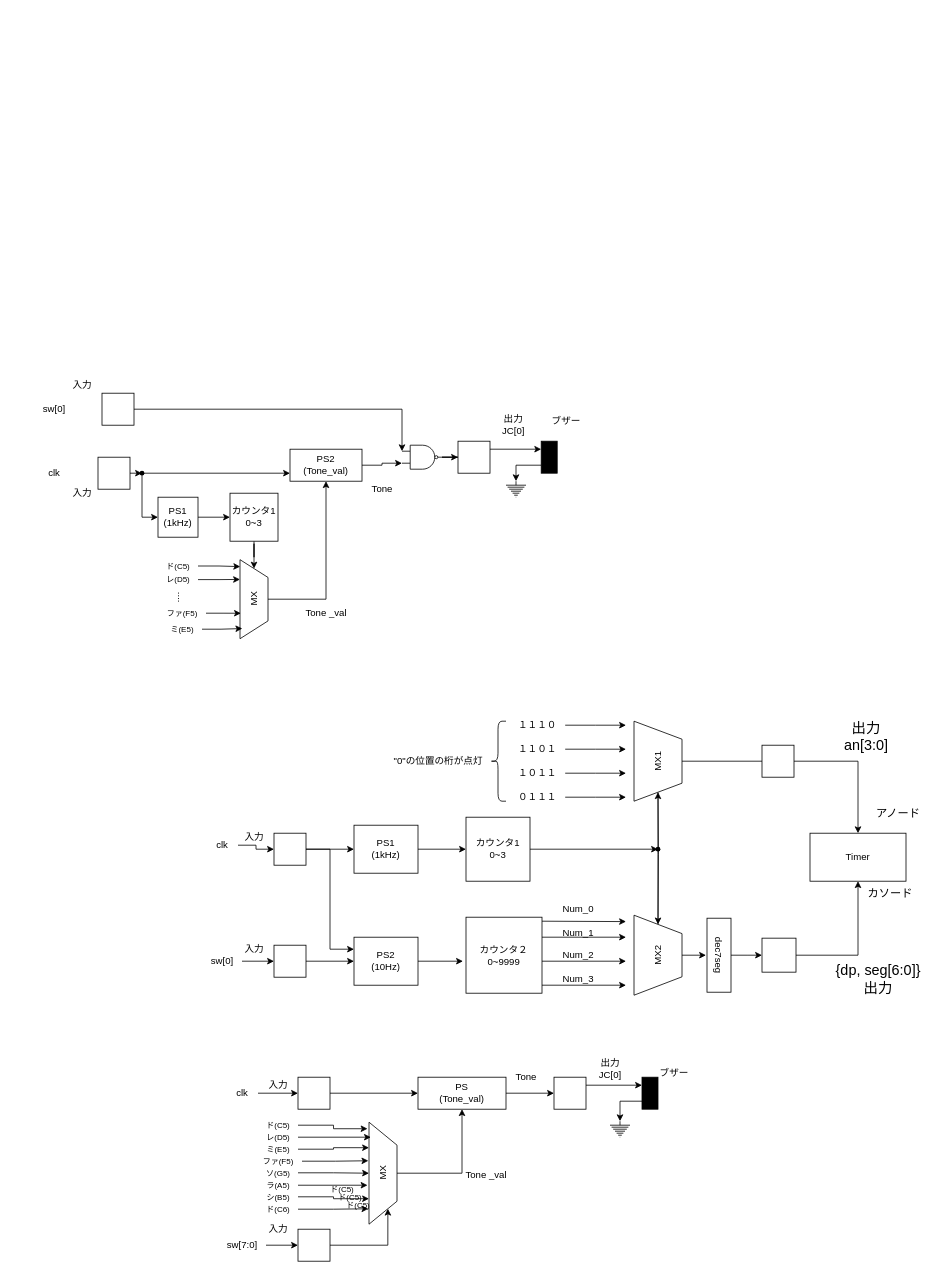
The draw.io diagram thame4.drawio in kami5kaze/-kotani, before the edit. Source tidied: cells renumbered, new cells numbered last; positions are measured from the earlier drawing's top-left corner, leaving out a move shared by most shapes. Both pictures are drawn from the tidied source at 80%, with x=0, y=0 at pixel (34, 373).
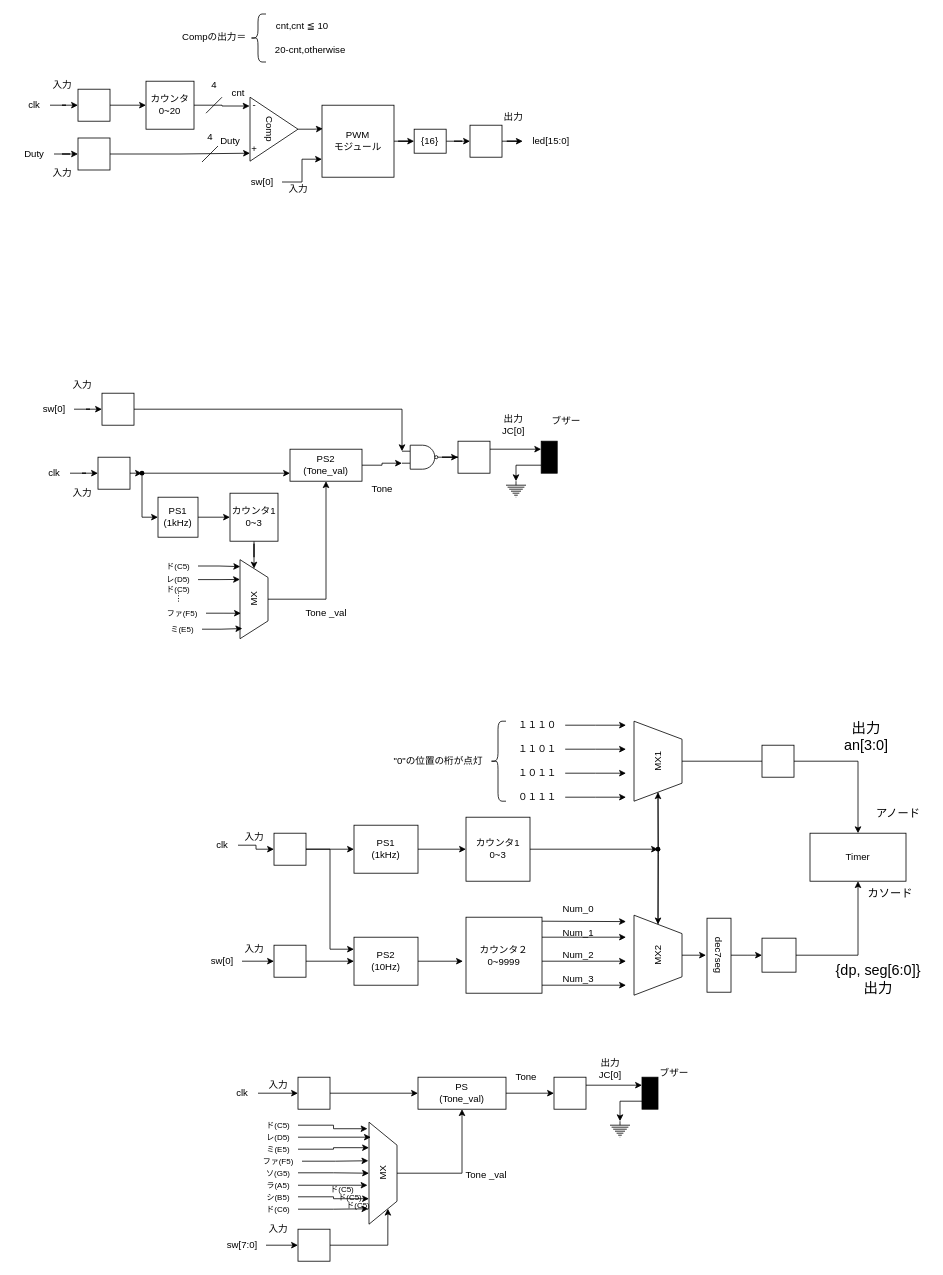
The same page after the edit.

Commit message:
thame4.drawio を更新します

Unchanged cells that the change refers to:
```xml
<mxCell id="101" value="clk" style="text;html=1;align=center;verticalAlign=middle;points=[];strokeColor=none;fillColor=none;" parent="1" vertex="1">
  <mxGeometry x="5" y="110" width="40" height="30" as="geometry" />
</mxCell>
<mxCell id="102" style="whiteSpace=wrap;html=1;" parent="1" vertex="1">
  <mxGeometry x="85" y="25" width="40" height="40" as="geometry" />
</mxCell>
<mxCell id="106" value="sw[0]" style="text;html=1;align=center;verticalAlign=middle;points=[];strokeColor=none;fillColor=none;" parent="1" vertex="1">
  <mxGeometry y="30" width="50" height="30" as="geometry" />
</mxCell>
<mxCell id="120" style="whiteSpace=wrap;html=1;" parent="1" vertex="1">
  <mxGeometry x="80" y="105" width="40" height="40" as="geometry" />
</mxCell>
```

Change to the diagram source:
```diff
@@
+    <mxCell id="137" style="edgeStyle=orthogonalEdgeStyle;rounded=0;jettySize=auto;html=1;" parent="1" edge="1" source="101" target="120">
+      <mxGeometry relative="1" as="geometry" />
+    </mxCell>
@@
+    <mxCell id="138" style="edgeStyle=orthogonalEdgeStyle;rounded=0;jettySize=auto;html=1;entryX=0;entryY=0.5;entryDx=0;entryDy=0;" parent="1" edge="1" source="106" target="102">
+      <mxGeometry relative="1" as="geometry" />
+    </mxCell>
@@
+    <mxCell id="139" style="triangle;whiteSpace=wrap;html=1;" parent="1" vertex="1">
+      <mxGeometry x="270" y="-345" width="60" height="80" as="geometry" />
+    </mxCell>
+    <mxCell id="140" value="&lt;font style=&quot;font-size: 10px;&quot;&gt;ド(C5)&lt;/font&gt;" style="text;html=1;align=center;verticalAlign=middle;strokeColor=none;fillColor=none;" parent="1" vertex="1">
+      <mxGeometry x="155" y="255" width="50" height="30" as="geometry" />
+    </mxCell>
+    <mxCell id="141" style="edgeStyle=orthogonalEdgeStyle;rounded=0;jettySize=auto;html=1;entryX=0;entryY=0.5;entryDx=0;entryDy=0;" parent="1" edge="1" source="142" target="149">
+      <mxGeometry relative="1" as="geometry" />
+    </mxCell>
+    <mxCell id="142" value="Duty" style="text;html=1;align=center;verticalAlign=middle;points=[];strokeColor=none;fillColor=none;" parent="1" vertex="1">
+      <mxGeometry x="-25" y="-289" width="50" height="30" as="geometry" />
+    </mxCell>
+    <mxCell id="143" style="edgeStyle=orthogonalEdgeStyle;rounded=0;jettySize=auto;html=1;entryX=0;entryY=0.5;entryDx=0;entryDy=0;" parent="1" edge="1" source="144" target="148">
+      <mxGeometry relative="1" as="geometry" />
+    </mxCell>
+    <mxCell id="144" value="clk" style="text;html=1;align=center;verticalAlign=middle;points=[];strokeColor=none;fillColor=none;" parent="1" vertex="1">
+      <mxGeometry x="-20" y="-350" width="40" height="30" as="geometry" />
+    </mxCell>
+    <mxCell id="145" value="入力" style="text;html=1;align=center;verticalAlign=middle;strokeColor=none;fillColor=none;" parent="1" vertex="1">
+      <mxGeometry x="10" y="-375" width="50" height="30" as="geometry" />
+    </mxCell>
+    <mxCell id="146" value="入力" style="text;html=1;align=center;verticalAlign=middle;strokeColor=none;fillColor=none;" parent="1" vertex="1">
+      <mxGeometry x="10" y="-265" width="50" height="30" as="geometry" />
+    </mxCell>
+    <mxCell id="147" style="edgeStyle=orthogonalEdgeStyle;rounded=0;jettySize=auto;html=1;entryX=0;entryY=0.5;entryDx=0;entryDy=0;" parent="1" edge="1" source="148" target="150">
+      <mxGeometry relative="1" as="geometry" />
+    </mxCell>
+    <mxCell id="148" style="whiteSpace=wrap;html=1;" parent="1" vertex="1">
+      <mxGeometry x="55" y="-355" width="40" height="40" as="geometry" />
+    </mxCell>
+    <mxCell id="149" style="whiteSpace=wrap;html=1;" parent="1" vertex="1">
+      <mxGeometry x="55" y="-294" width="40" height="40" as="geometry" />
+    </mxCell>
+    <mxCell id="150" value="カウンタ&lt;br&gt;0~20" style="whiteSpace=wrap;html=1;" parent="1" vertex="1">
+      <mxGeometry x="140" y="-365" width="60" height="60" as="geometry" />
+    </mxCell>
+    <mxCell id="151" style="edgeStyle=orthogonalEdgeStyle;rounded=0;jettySize=auto;html=1;" parent="1" edge="1" source="152" target="172">
+      <mxGeometry relative="1" as="geometry" />
+    </mxCell>
+    <mxCell id="152" value="PWM&lt;br&gt;モジュール" style="whiteSpace=wrap;html=1;" parent="1" vertex="1">
+      <mxGeometry x="360" y="-335" width="90" height="90" as="geometry" />
+    </mxCell>
+    <mxCell id="153" style="edgeStyle=orthogonalEdgeStyle;rounded=0;jettySize=auto;html=1;" parent="1" edge="1" source="154" target="155">
+      <mxGeometry relative="1" as="geometry" />
+    </mxCell>
+    <mxCell id="154" style="whiteSpace=wrap;html=1;" parent="1" vertex="1">
+      <mxGeometry x="545" y="-310" width="40" height="40" as="geometry" />
+    </mxCell>
+    <mxCell id="155" value="led[15:0]" style="text;html=1;align=center;verticalAlign=middle;points=[];strokeColor=none;fillColor=none;" parent="1" vertex="1">
+      <mxGeometry x="611" y="-305" width="70" height="30" as="geometry" />
+    </mxCell>
+    <mxCell id="156" value="出力" style="text;html=1;align=center;verticalAlign=middle;strokeColor=none;fillColor=none;" parent="1" vertex="1">
+      <mxGeometry x="574" y="-335" width="50" height="30" as="geometry" />
+    </mxCell>
+    <mxCell id="157" style="edgeStyle=orthogonalEdgeStyle;rounded=0;jettySize=auto;html=1;entryX=0;entryY=0.75;entryDx=0;entryDy=0;" parent="1" edge="1" source="158" target="152">
+      <mxGeometry relative="1" as="geometry" />
+    </mxCell>
+    <mxCell id="158" value="sw[0]" style="text;html=1;align=center;verticalAlign=middle;points=[];strokeColor=none;fillColor=none;" parent="1" vertex="1">
+      <mxGeometry x="260" y="-254" width="50" height="30" as="geometry" />
+    </mxCell>
+    <mxCell id="159" style="edgeStyle=orthogonalEdgeStyle;rounded=0;jettySize=auto;html=1;entryX=-0.008;entryY=0.138;entryDx=0;entryDy=0;entryPerimeter=0;" parent="1" edge="1" source="150" target="139">
+      <mxGeometry relative="1" as="geometry" />
+    </mxCell>
+    <mxCell id="160" style="edgeStyle=orthogonalEdgeStyle;rounded=0;jettySize=auto;html=1;" parent="1" edge="1" source="149">
+      <mxGeometry relative="1" as="geometry">
+        <mxPoint x="270" y="-275" as="targetPoint" />
+      </mxGeometry>
+    </mxCell>
+    <mxCell id="161" value="Comp" style="text;html=1;align=center;verticalAlign=middle;strokeColor=none;fillColor=none;rotation=90;" parent="1" vertex="1">
+      <mxGeometry x="264.4" y="-320" width="60" height="30" as="geometry" />
+    </mxCell>
+    <mxCell id="162" value="+" style="text;html=1;align=center;verticalAlign=middle;strokeColor=none;fillColor=none;" parent="1" vertex="1">
+      <mxGeometry x="260" y="-295" width="30" height="30" as="geometry" />
+    </mxCell>
+    <mxCell id="163" style="endArrow=none;html=1;rounded=0;" parent="1" edge="1">
+      <mxGeometry relative="1" as="geometry">
+        <mxPoint x="215" y="-325" as="sourcePoint" />
+        <mxPoint x="235" y="-345" as="targetPoint" />
+      </mxGeometry>
+    </mxCell>
+    <mxCell id="164" style="endArrow=none;html=1;rounded=0;" parent="1" edge="1">
+      <mxGeometry relative="1" as="geometry">
+        <mxPoint x="210" y="-264" as="sourcePoint" />
+        <mxPoint x="230" y="-284" as="targetPoint" />
+      </mxGeometry>
+    </mxCell>
+    <mxCell id="165" value="4" style="text;html=1;align=center;verticalAlign=middle;strokeColor=none;fillColor=none;" parent="1" vertex="1">
+      <mxGeometry x="210" y="-375" width="30" height="30" as="geometry" />
+    </mxCell>
+    <mxCell id="166" value="4" style="text;html=1;align=center;verticalAlign=middle;strokeColor=none;fillColor=none;" parent="1" vertex="1">
+      <mxGeometry x="205" y="-310" width="30" height="30" as="geometry" />
+    </mxCell>
+    <mxCell id="167" value="cnt" style="text;html=1;align=center;verticalAlign=middle;strokeColor=none;fillColor=none;" parent="1" vertex="1">
+      <mxGeometry x="235" y="-365" width="40" height="30" as="geometry" />
+    </mxCell>
+    <mxCell id="168" value="Duty" style="text;html=1;align=center;verticalAlign=middle;strokeColor=none;fillColor=none;" parent="1" vertex="1">
+      <mxGeometry x="220" y="-305" width="50" height="30" as="geometry" />
+    </mxCell>
+    <mxCell id="169" style="edgeStyle=orthogonalEdgeStyle;rounded=0;jettySize=auto;html=1;entryX=0.012;entryY=0.327;entryDx=0;entryDy=0;entryPerimeter=0;" parent="1" edge="1" source="139" target="152">
+      <mxGeometry relative="1" as="geometry" />
+    </mxCell>
+    <mxCell id="170" value="入力" style="text;html=1;align=center;verticalAlign=middle;strokeColor=none;fillColor=none;" parent="1" vertex="1">
+      <mxGeometry x="305" y="-245" width="50" height="30" as="geometry" />
+    </mxCell>
+    <mxCell id="171" style="edgeStyle=orthogonalEdgeStyle;rounded=0;jettySize=auto;html=1;" parent="1" edge="1" source="172" target="154">
+      <mxGeometry relative="1" as="geometry" />
+    </mxCell>
+    <mxCell id="172" value="{16}" style="whiteSpace=wrap;html=1;" parent="1" vertex="1">
+      <mxGeometry x="475.2" y="-305" width="40" height="30" as="geometry" />
+    </mxCell>
+    <mxCell id="173" value="-" style="text;html=1;align=center;verticalAlign=middle;strokeColor=none;fillColor=none;" parent="1" vertex="1">
+      <mxGeometry x="260" y="-350" width="30" height="30" as="geometry" />
+    </mxCell>
+    <mxCell id="174" value="Compの出力＝" style="text;html=1;align=center;verticalAlign=middle;strokeColor=none;fillColor=none;" parent="1" vertex="1">
+      <mxGeometry x="175" y="-435" width="100" height="30" as="geometry" />
+    </mxCell>
+    <mxCell id="175" style="shape=curlyBracket;whiteSpace=wrap;html=1;rounded=1;labelPosition=left;verticalLabelPosition=middle;align=right;verticalAlign=middle;size=0.5;" parent="1" vertex="1">
+      <mxGeometry x="270" y="-449" width="20" height="60" as="geometry" />
+    </mxCell>
+    <mxCell id="176" value="cnt,cnt ≦ 10" style="text;html=1;align=center;verticalAlign=middle;strokeColor=none;fillColor=none;" parent="1" vertex="1">
+      <mxGeometry x="290" y="-449" width="90" height="30" as="geometry" />
+    </mxCell>
+    <mxCell id="177" value="20-cnt,otherwise" style="text;html=1;align=center;verticalAlign=middle;strokeColor=none;fillColor=none;" parent="1" vertex="1">
+      <mxGeometry x="290" y="-419" width="110" height="30" as="geometry" />
+    </mxCell>
```
